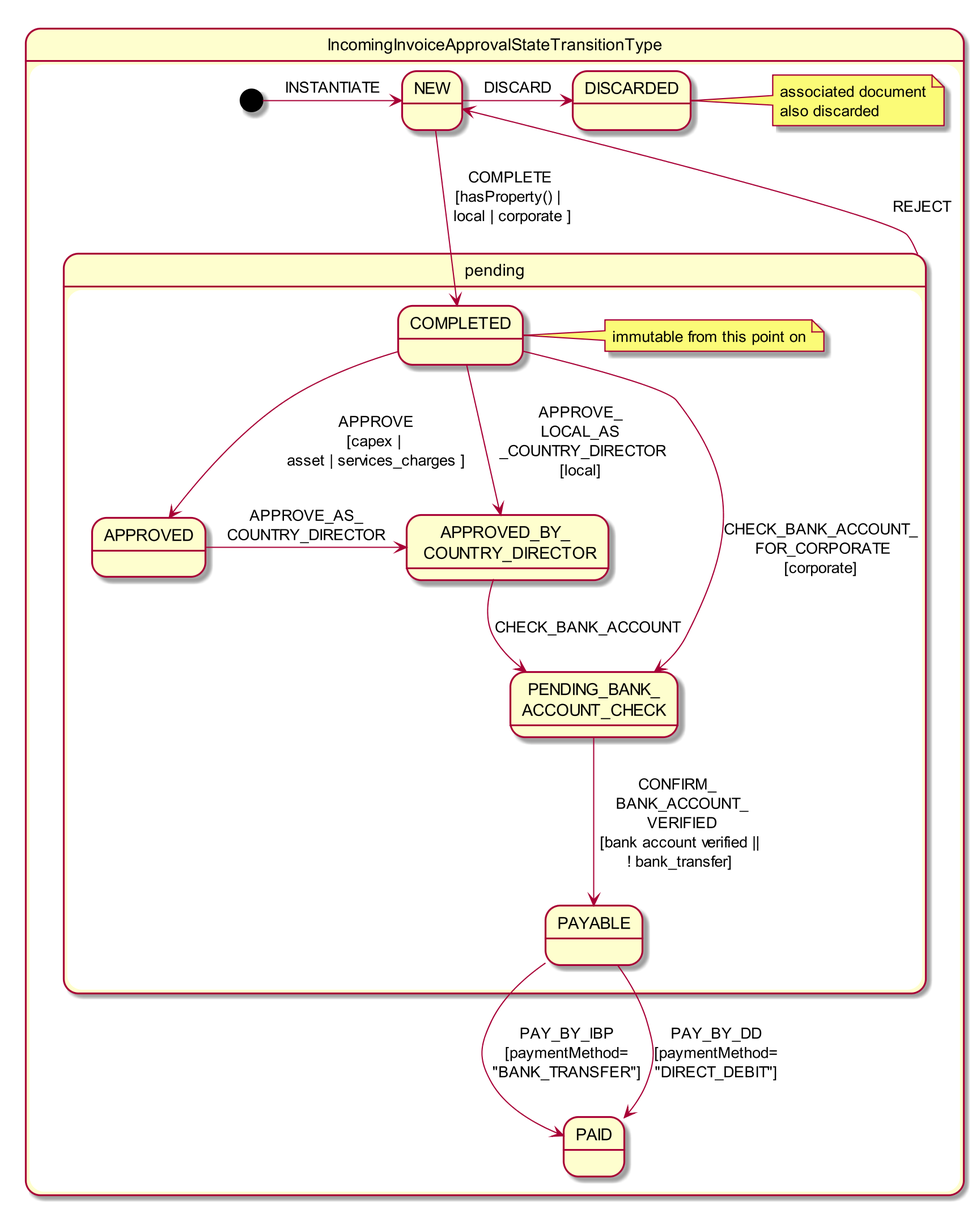
The PlantUML diagram adocs/documentation/src/main/asciidoc/incoming-invoice-approval-state-chart.png in estatio/estatio, before a commit.
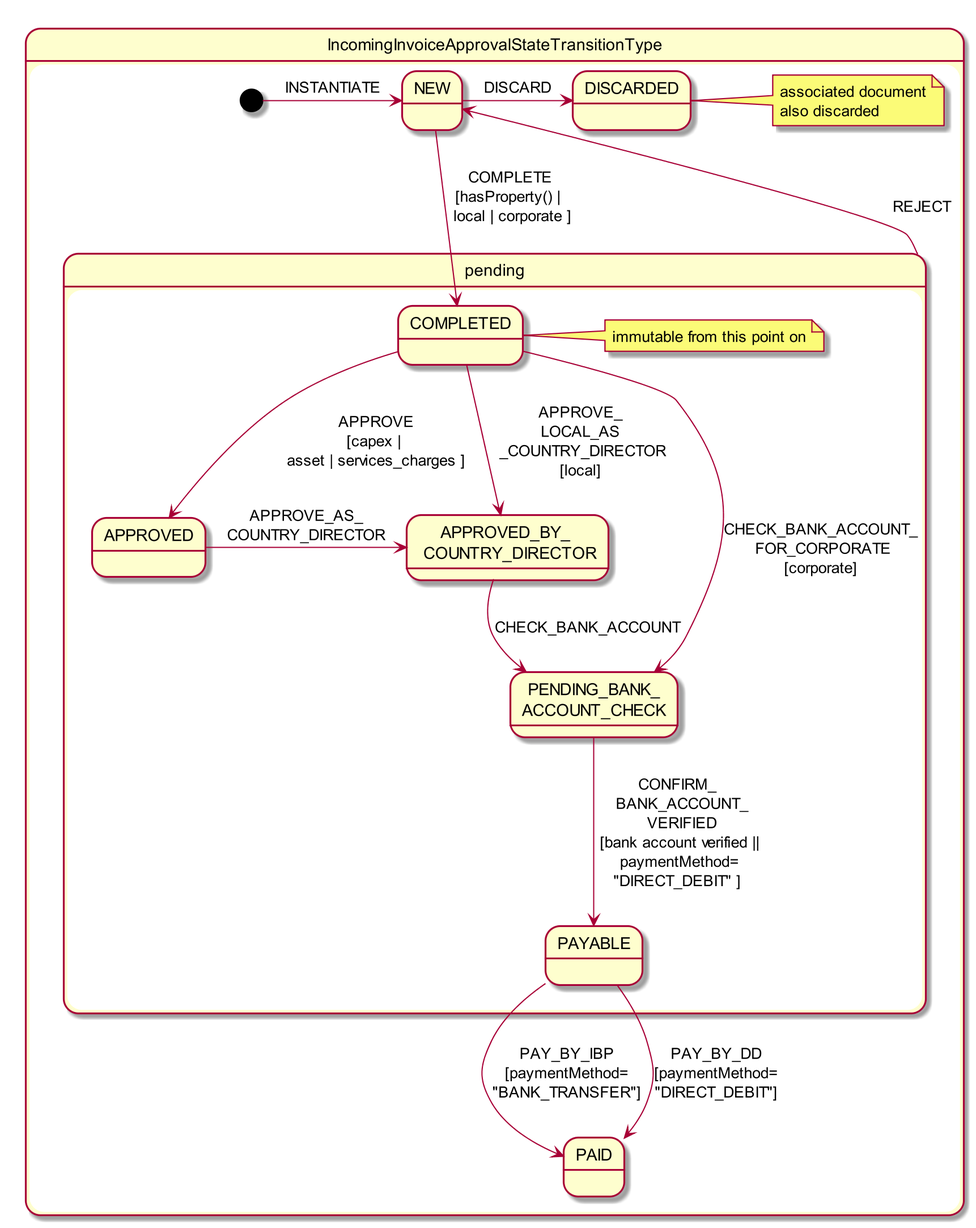
Above is the later version.

Commit message:
EST-1477: refactors to use a subscriber to link IncomingInvoice approval state machine to BankAccount verification state machine

Diff of the diagram source:
```diff
@@ -37,7 +37,7 @@
 
     iia_pp -up-> iia_new: \n  REJECT
 
-    iia_pbac --> iia_payable : CONFIRM_\n  BANK_ACCOUNT_\n  VERIFIED\n [bank account verified ||\n ! bank_transfer]
+    iia_pbac --> iia_payable : CONFIRM_\n  BANK_ACCOUNT_\n  VERIFIED\n [bank account verified ||\n paymentMethod=\n"DIRECT_DEBIT" ]
     iia_payable --> iia_paid: PAY_BY_IBP\n[paymentMethod=\n"BANK_TRANSFER"]
     iia_payable --> iia_paid: PAY_BY_DD\n[paymentMethod=\n"DIRECT_DEBIT"]
 
```
